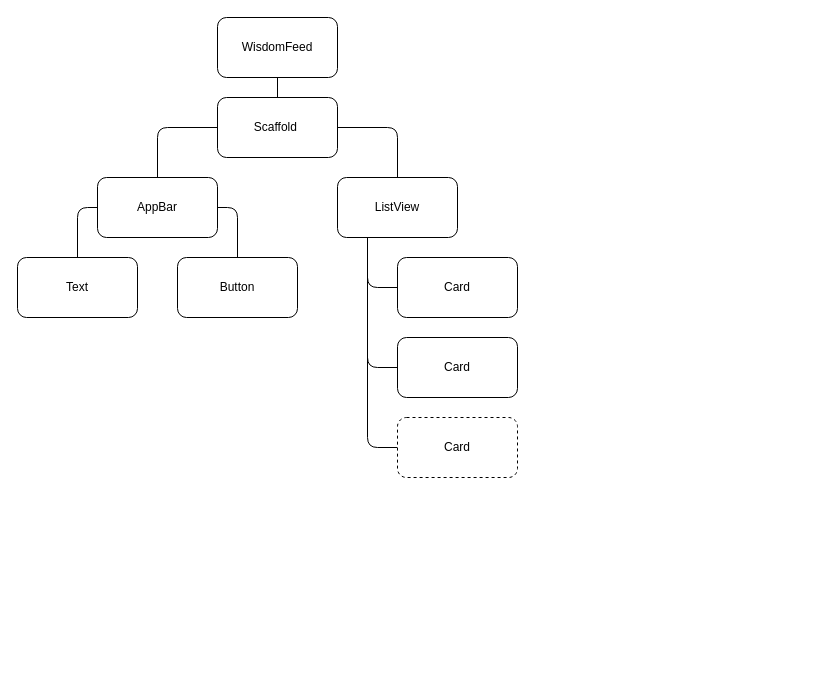
This is .diagrams/wisgen-widget-tree.drawio from devonfw-forge/devon4flutter-non-bloc-arch, a draw.io file, before an edit. Source tidied: cells renumbered, new cells numbered last; positions are measured from the earlier drawing's top-left corner, leaving out a move shared by most shapes. Both pictures are drawn from the tidied source at 100%, with x=0, y=0 at pixel (17, 17).
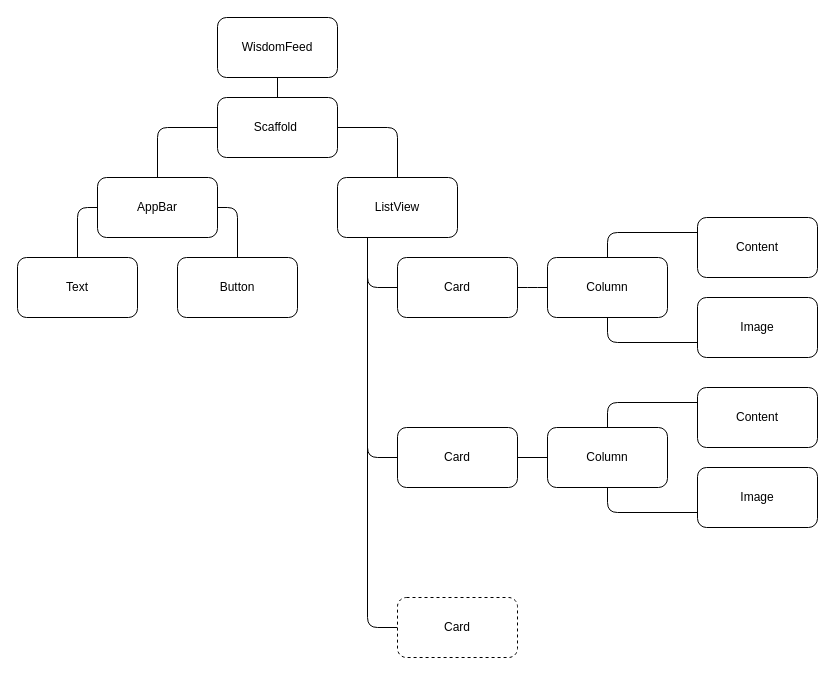
After the change.

Unchanged cells that the change refers to:
```xml
<mxCell id="16" value="Card" style="rounded=1;whiteSpace=wrap;html=1;" parent="1" vertex="1">
  <mxGeometry x="380" y="240" width="120" height="60" as="geometry" />
</mxCell>
```

Change to the diagram source:
```diff
@@
+    <mxCell id="19" style="edgeStyle=orthogonalEdgeStyle;rounded=1;jettySize=auto;html=1;exitX=1;exitY=0.5;exitDx=0;exitDy=0;endArrow=none;endFill=0;strokeColor=#000000;" parent="1" edge="1" source="16" target="23">
+      <mxGeometry relative="1" as="geometry" />
+    </mxCell>
@@
+    <mxCell id="20" style="edgeStyle=orthogonalEdgeStyle;rounded=1;jettySize=auto;html=1;exitX=1;exitY=0.5;exitDx=0;exitDy=0;entryX=0;entryY=0.5;entryDx=0;entryDy=0;endArrow=none;endFill=0;strokeColor=#000000;" parent="1" edge="1" source="17" target="28">
+      <mxGeometry relative="1" as="geometry" />
+    </mxCell>
     <mxCell id="17" value="Card" style="rounded=1;whiteSpace=wrap;html=1;" parent="1" vertex="1">
-      <mxGeometry x="380" y="320" width="120" height="60" as="geometry" />
+      <mxGeometry x="380" y="410" width="120" height="60" as="geometry" />
     </mxCell>
     <mxCell id="18" value="Card" style="rounded=1;whiteSpace=wrap;html=1;dashed=1;" parent="1" vertex="1">
-      <mxGeometry x="380" y="400" width="120" height="60" as="geometry" />
+      <mxGeometry x="380" y="580" width="120" height="60" as="geometry" />
     </mxCell>
+    <mxCell id="21" style="edgeStyle=orthogonalEdgeStyle;rounded=1;jettySize=auto;html=1;exitX=0.5;exitY=0;exitDx=0;exitDy=0;entryX=0;entryY=0.25;entryDx=0;entryDy=0;endArrow=none;endFill=0;strokeColor=#000000;" parent="1" edge="1" source="23" target="25">
+      <mxGeometry relative="1" as="geometry" />
+    </mxCell>
+    <mxCell id="22" style="edgeStyle=orthogonalEdgeStyle;rounded=1;jettySize=auto;html=1;exitX=0.5;exitY=1;exitDx=0;exitDy=0;entryX=0;entryY=0.75;entryDx=0;entryDy=0;endArrow=none;endFill=0;strokeColor=#000000;" parent="1" edge="1" source="23" target="24">
+      <mxGeometry relative="1" as="geometry" />
+    </mxCell>
+    <mxCell id="23" value="Column" style="rounded=1;whiteSpace=wrap;html=1;" parent="1" vertex="1">
+      <mxGeometry x="530" y="240" width="120" height="60" as="geometry" />
+    </mxCell>
+    <mxCell id="24" value="Image" style="rounded=1;whiteSpace=wrap;html=1;" parent="1" vertex="1">
+      <mxGeometry x="680" y="280" width="120" height="60" as="geometry" />
+    </mxCell>
+    <mxCell id="25" value="Content" style="rounded=1;whiteSpace=wrap;html=1;" parent="1" vertex="1">
+      <mxGeometry x="680" y="200" width="120" height="60" as="geometry" />
+    </mxCell>
+    <mxCell id="26" style="edgeStyle=orthogonalEdgeStyle;rounded=1;jettySize=auto;html=1;exitX=0.5;exitY=0;exitDx=0;exitDy=0;entryX=0;entryY=0.25;entryDx=0;entryDy=0;endArrow=none;endFill=0;strokeColor=#000000;" parent="1" edge="1" source="28" target="30">
+      <mxGeometry relative="1" as="geometry" />
+    </mxCell>
+    <mxCell id="27" style="edgeStyle=orthogonalEdgeStyle;rounded=1;jettySize=auto;html=1;exitX=0.5;exitY=1;exitDx=0;exitDy=0;entryX=0;entryY=0.75;entryDx=0;entryDy=0;endArrow=none;endFill=0;strokeColor=#000000;" parent="1" edge="1" source="28" target="29">
+      <mxGeometry relative="1" as="geometry" />
+    </mxCell>
+    <mxCell id="28" value="Column" style="rounded=1;whiteSpace=wrap;html=1;" parent="1" vertex="1">
+      <mxGeometry x="530" y="410" width="120" height="60" as="geometry" />
+    </mxCell>
+    <mxCell id="29" value="Image" style="rounded=1;whiteSpace=wrap;html=1;" parent="1" vertex="1">
+      <mxGeometry x="680" y="450" width="120" height="60" as="geometry" />
+    </mxCell>
+    <mxCell id="30" value="Content" style="rounded=1;whiteSpace=wrap;html=1;" parent="1" vertex="1">
+      <mxGeometry x="680" y="370" width="120" height="60" as="geometry" />
+    </mxCell>
```
